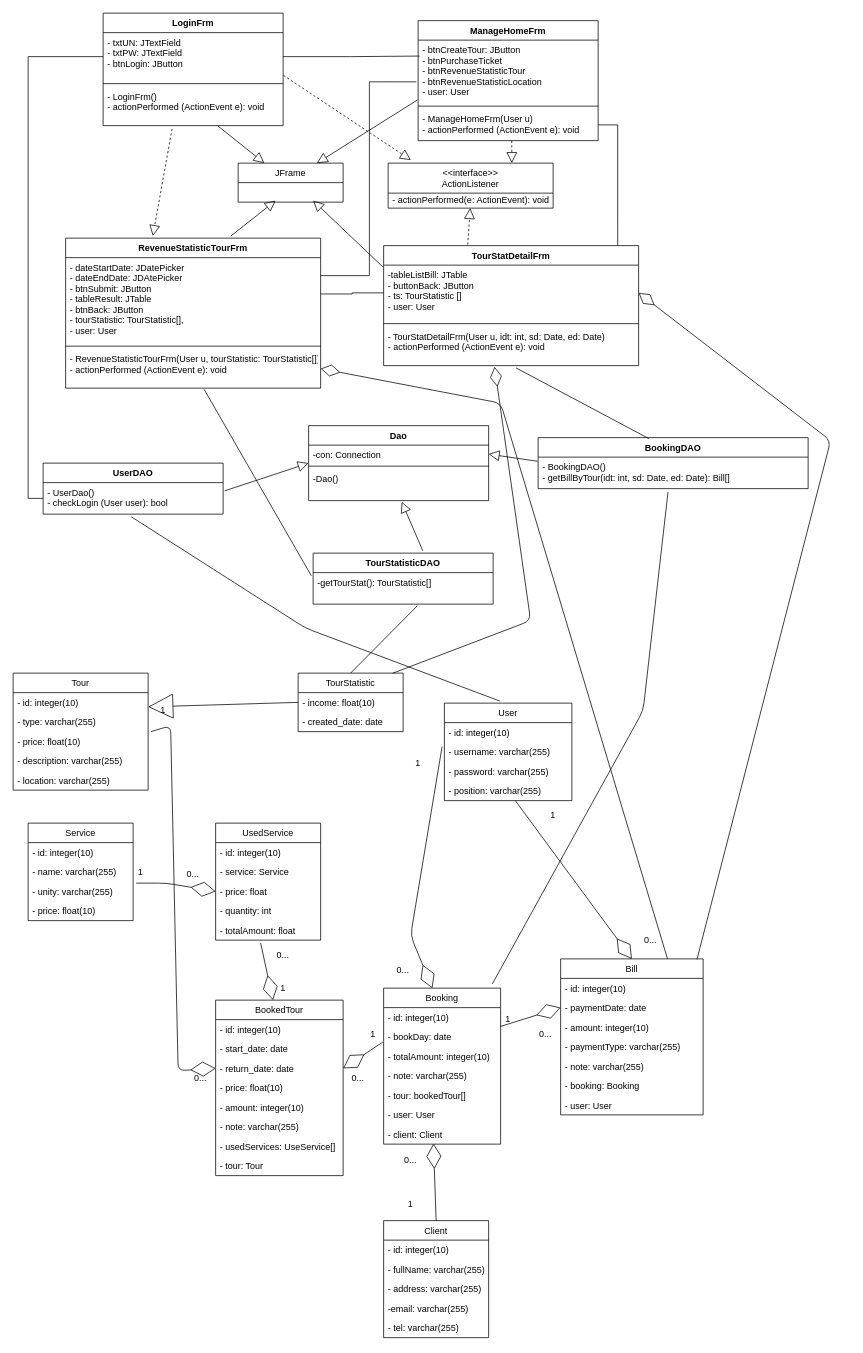
Before: design_class_entity.drawio in thanhlongtld/classical_software_engineering, a draw.io diagram. Source tidied: cells renumbered, new cells numbered last; positions are measured from the earlier drawing's top-left corner, leaving out a move shared by most shapes. Both pictures are drawn from the tidied source at 75%, with x=0, y=0 at pixel (13, 13).
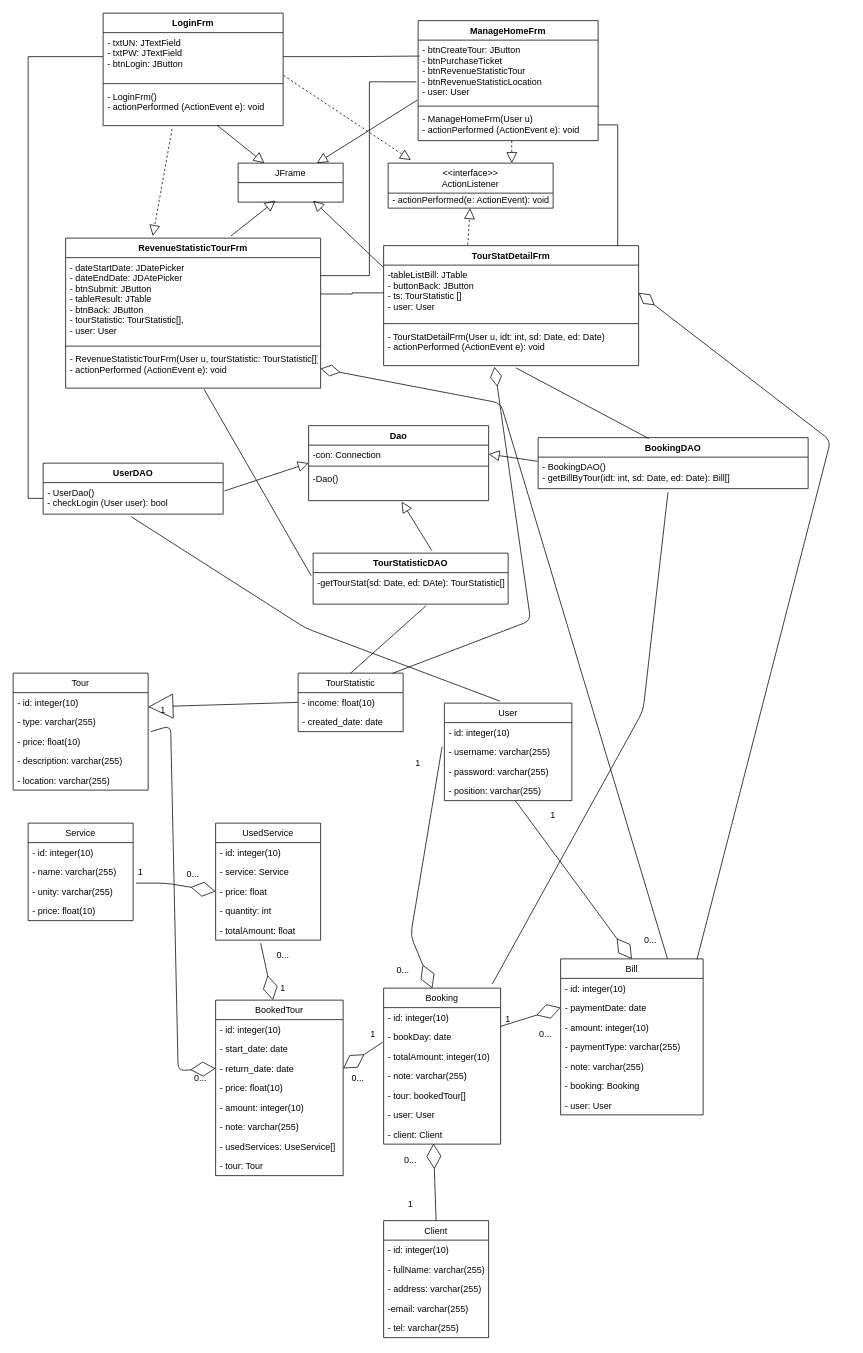
After the change.

What changed in the source:
```diff
@@
     <mxCell id="28" value="TourStatisticDAO" style="swimlane;fontStyle=1;align=center;verticalAlign=top;horizontal=1;startSize=26;" parent="1" vertex="1">
-      <mxGeometry x="400" y="720" width="240" height="68" as="geometry" />
+      <mxGeometry x="400" y="720" width="260" height="68" as="geometry" />
     </mxCell>
-    <mxCell id="29" value="-getTourStat(): TourStatistic[]" style="text;strokeColor=none;fillColor=none;align=left;verticalAlign=top;spacingLeft=4;spacingRight=4;overflow=hidden;points=[[0,0.5],[1,0.5]];portConstraint=eastwest;" parent="28" vertex="1">
-      <mxGeometry y="26" width="240" height="42" as="geometry" />
+    <mxCell id="29" value="-getTourStat(sd: Date, ed: DAte): TourStatistic[]" style="text;strokeColor=none;fillColor=none;align=left;verticalAlign=top;spacingLeft=4;spacingRight=4;overflow=hidden;points=[[0,0.5],[1,0.5]];portConstraint=eastwest;" parent="28" vertex="1">
+      <mxGeometry y="26" width="260" height="42" as="geometry" />
     </mxCell>
```
